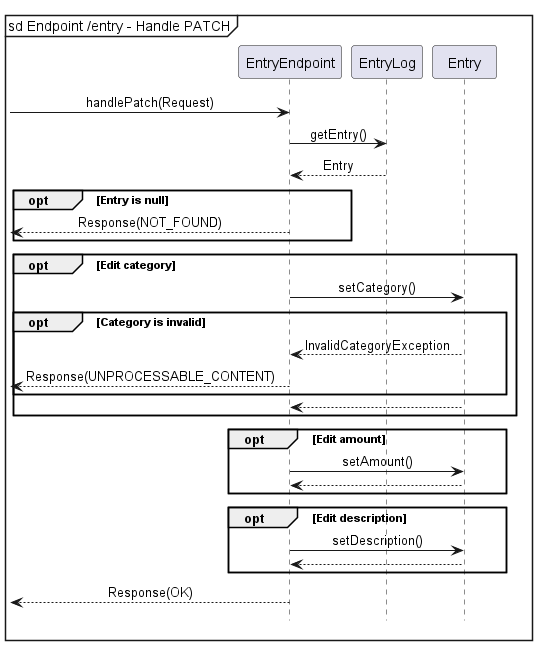
Above: docs/static/backend/EntryEndpointPatchSequence.png in nus-cs2113-AY2223S2/tp (PlantUML), before the change.
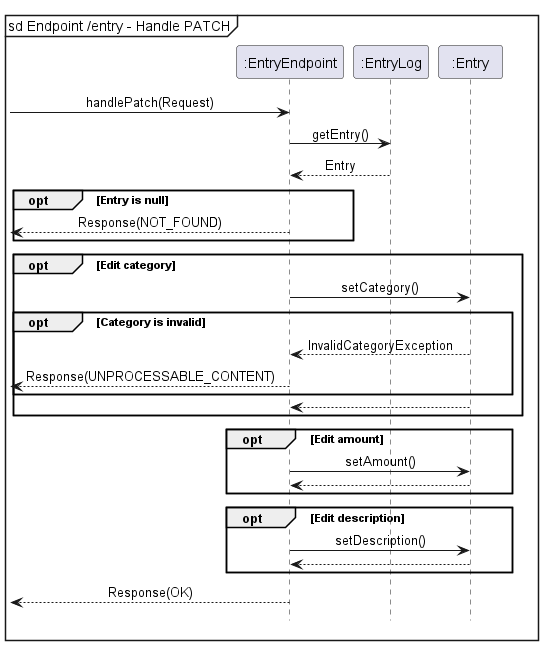
After the change.

The edit, as a diff of the source:
```diff
@@ -2,6 +2,9 @@
 !include ../Style.puml
 
 mainframe sd Endpoint /entry - Handle PATCH
+participant ":EntryEndpoint" as EntryEndpoint
+participant ":EntryLog" as EntryLog
+participant ":Entry" as Entry
 
 -> EntryEndpoint : handlePatch(Request)
 
```
